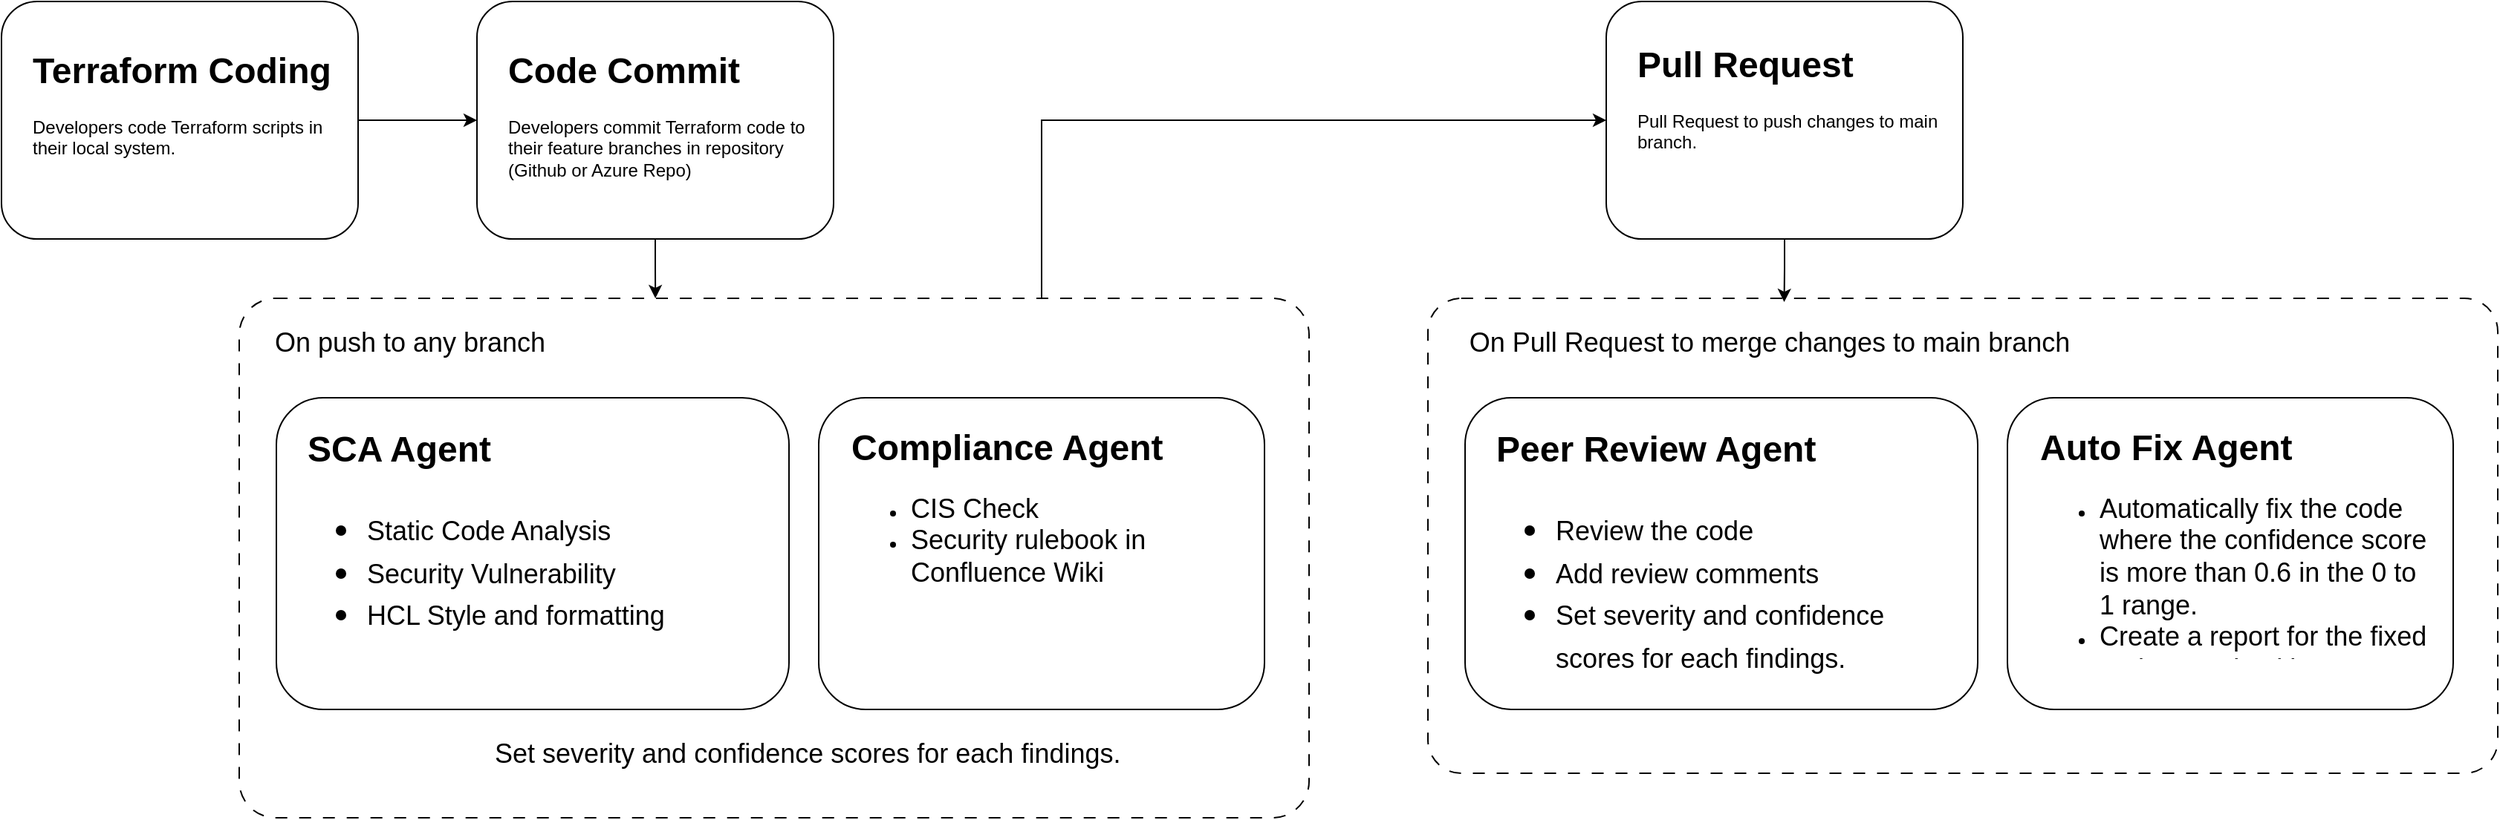
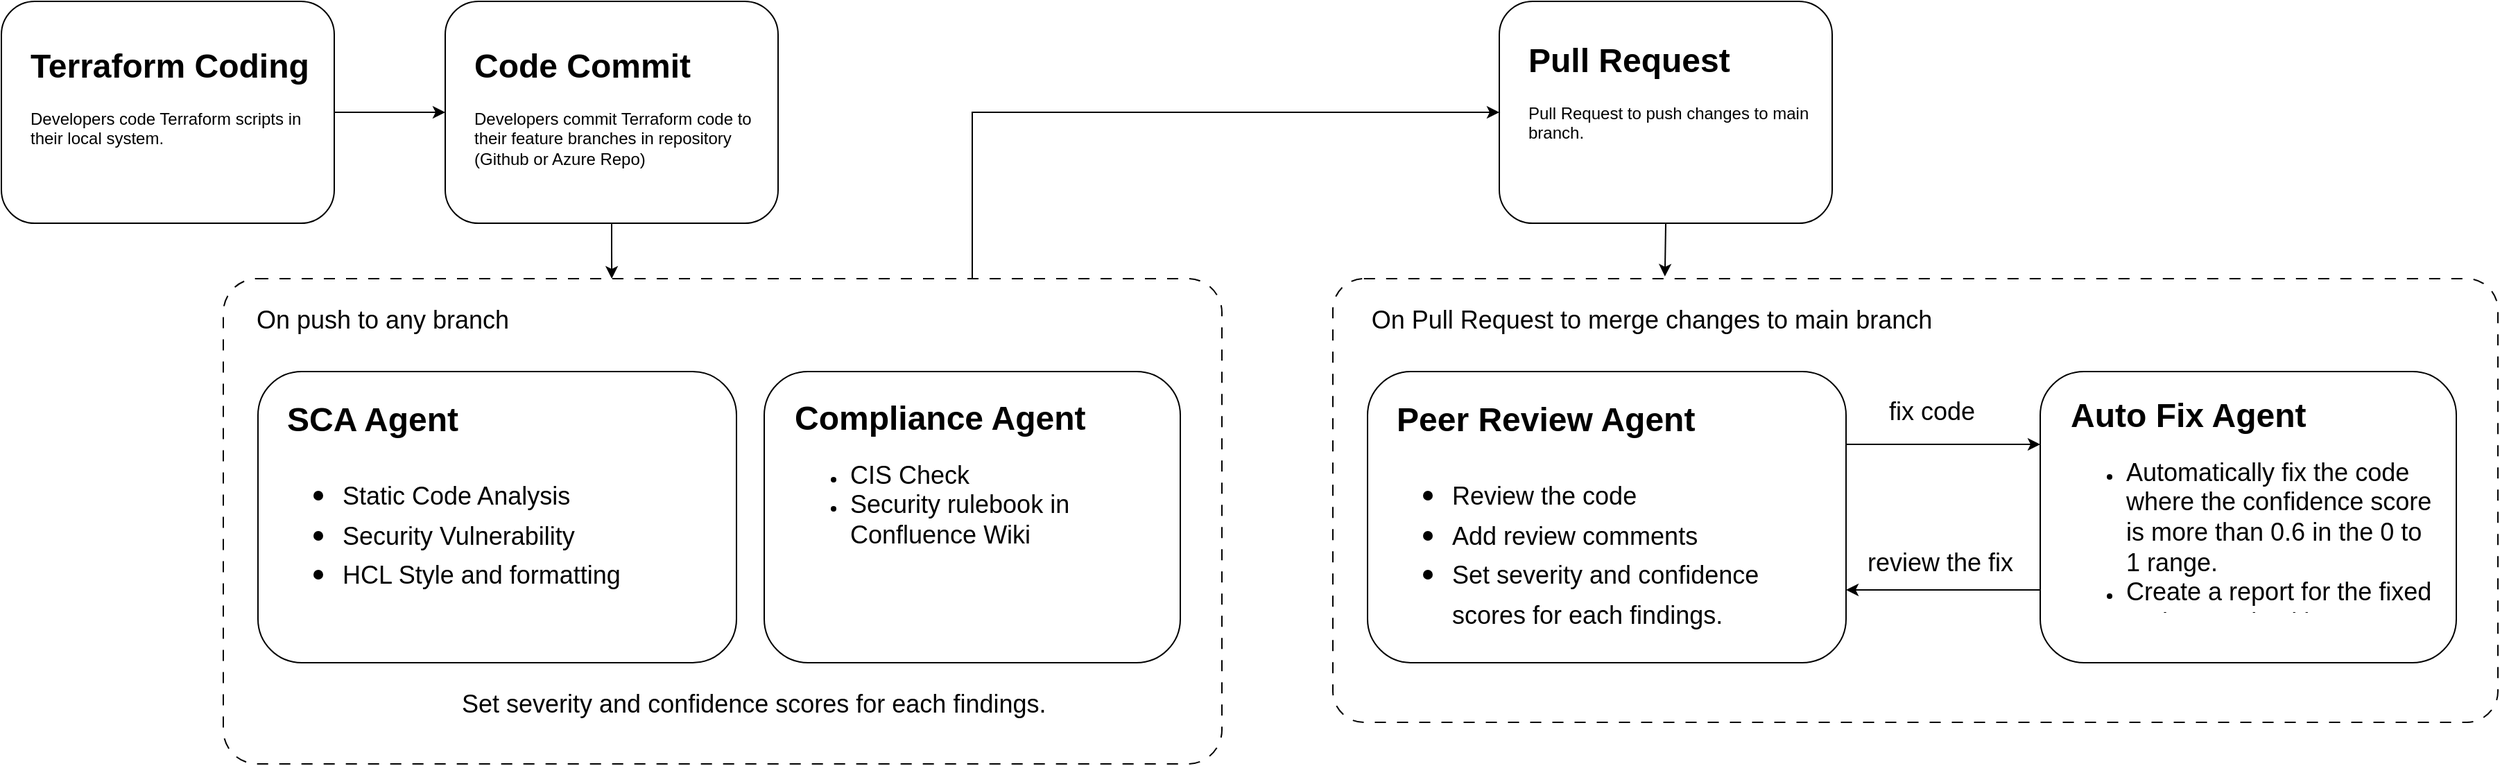
<mxfile host="app.diagrams.net">
  <diagram name="Page-1" id="llQ14HlxIDWXj9B5HY60">
    <mxGraphModel dx="1006" dy="638" grid="1" gridSize="10" guides="1" tooltips="1" connect="1" arrows="1" fold="1" page="1" pageScale="1" pageWidth="850" pageHeight="1100" math="0" shadow="0">
      <root>
        <mxCell id="0" />
        <mxCell id="1" parent="0" />
        <mxCell id="IWc9zJM8tDhvkjJ2dRjy-13" edge="1" parent="1" source="IWc9zJM8tDhvkjJ2dRjy-5" style="edgeStyle=orthogonalEdgeStyle;rounded=0;orthogonalLoop=1;jettySize=auto;html=1;entryX=0;entryY=0.5;entryDx=0;entryDy=0;exitX=0.75;exitY=0;exitDx=0;exitDy=0;" target="IWc9zJM8tDhvkjJ2dRjy-1">
          <mxGeometry relative="1" as="geometry" />
        </mxCell>
        <mxCell id="oJW8UGhNAXkty13G2p3x-1" parent="1" style="rounded=1;whiteSpace=wrap;html=1;" value="" vertex="1">
          <mxGeometry height="160" width="240" x="440" y="200" as="geometry" />
        </mxCell>
        <mxCell id="oJW8UGhNAXkty13G2p3x-3" parent="1" style="text;html=1;whiteSpace=wrap;overflow=hidden;rounded=0;" value="&lt;h1 style=&quot;margin-top: 0px;&quot;&gt;Code Commit&lt;/h1&gt;&lt;p&gt;Developers commit Terraform code to their feature branches in repository (Github or Azure Repo)&lt;/p&gt;" vertex="1">
          <mxGeometry height="100" width="210" x="459" y="226" as="geometry" />
        </mxCell>
        <mxCell id="IWc9zJM8tDhvkjJ2dRjy-1" parent="1" style="rounded=1;whiteSpace=wrap;html=1;" value="" vertex="1">
          <mxGeometry height="160" width="240" x="1200" y="200" as="geometry" />
        </mxCell>
        <mxCell id="IWc9zJM8tDhvkjJ2dRjy-2" parent="1" style="text;html=1;whiteSpace=wrap;overflow=hidden;rounded=0;" value="&lt;h1 style=&quot;margin-top: 0px;&quot;&gt;Pull Request&lt;/h1&gt;&lt;p&gt;Pull Request to push changes to main branch.&lt;/p&gt;" vertex="1">
          <mxGeometry height="100" width="210" x="1219" y="222" as="geometry" />
        </mxCell>
        <mxCell id="IWc9zJM8tDhvkjJ2dRjy-12" edge="1" parent="1" source="IWc9zJM8tDhvkjJ2dRjy-3" style="edgeStyle=orthogonalEdgeStyle;rounded=0;orthogonalLoop=1;jettySize=auto;html=1;exitX=1;exitY=0.5;exitDx=0;exitDy=0;entryX=0;entryY=0.5;entryDx=0;entryDy=0;" target="oJW8UGhNAXkty13G2p3x-1">
          <mxGeometry relative="1" as="geometry" />
        </mxCell>
        <mxCell id="IWc9zJM8tDhvkjJ2dRjy-3" parent="1" style="rounded=1;whiteSpace=wrap;html=1;" value="" vertex="1">
          <mxGeometry height="160" width="240" x="120" y="200" as="geometry" />
        </mxCell>
        <mxCell id="IWc9zJM8tDhvkjJ2dRjy-4" parent="1" style="text;html=1;whiteSpace=wrap;overflow=hidden;rounded=0;" value="&lt;h1 style=&quot;margin-top: 0px;&quot;&gt;Terraform Coding&lt;/h1&gt;&lt;p&gt;Developers code Terraform scripts in their local system.&lt;/p&gt;" vertex="1">
          <mxGeometry height="100" width="210" x="139" y="226" as="geometry" />
        </mxCell>
        <mxCell id="IWc9zJM8tDhvkjJ2dRjy-5" parent="1" style="rounded=1;whiteSpace=wrap;html=1;arcSize=7;dashed=1;dashPattern=8 8;" value="" vertex="1">
          <mxGeometry height="350" width="720" x="280" y="400" as="geometry" />
        </mxCell>
        <mxCell id="IWc9zJM8tDhvkjJ2dRjy-6" parent="1" style="text;html=1;whiteSpace=wrap;strokeColor=none;fillColor=none;align=center;verticalAlign=middle;rounded=0;" value="&lt;font style=&quot;font-size: 18px;&quot;&gt;On push to any branch&lt;/font&gt;" vertex="1">
          <mxGeometry height="30" width="210" x="290" y="415" as="geometry" />
        </mxCell>
        <mxCell id="IWc9zJM8tDhvkjJ2dRjy-7" parent="1" style="rounded=1;whiteSpace=wrap;html=1;" value="" vertex="1">
          <mxGeometry height="210" width="345" x="305" y="467" as="geometry" />
        </mxCell>
        <mxCell id="IWc9zJM8tDhvkjJ2dRjy-8" parent="1" style="text;html=1;whiteSpace=wrap;overflow=hidden;rounded=0;" value="&lt;h1 style=&quot;margin-top: 0px;&quot;&gt;SCA Agent&lt;/h1&gt;&lt;h1 style=&quot;margin-top: 0px;&quot;&gt;&lt;p style=&quot;font-size: 12px; font-weight: 400;&quot;&gt;&lt;/p&gt;&lt;ul&gt;&lt;li&gt;&lt;span style=&quot;font-size: 18px; font-weight: normal;&quot;&gt;Static Code Analysis&lt;/span&gt;&lt;/li&gt;&lt;li&gt;&lt;span style=&quot;font-size: 18px; font-weight: normal;&quot;&gt;Security Vulnerability&lt;/span&gt;&lt;/li&gt;&lt;li&gt;&lt;span style=&quot;font-size: 18px; font-weight: normal;&quot;&gt;HCL Style and formatting&lt;/span&gt;&lt;/li&gt;&lt;/ul&gt;&lt;p&gt;&lt;/p&gt;&lt;/h1&gt;" vertex="1">
          <mxGeometry height="183" width="306" x="324" y="481" as="geometry" />
        </mxCell>
        <mxCell id="IWc9zJM8tDhvkjJ2dRjy-9" parent="1" style="rounded=1;whiteSpace=wrap;html=1;" value="" vertex="1">
          <mxGeometry height="210" width="300" x="670" y="467" as="geometry" />
        </mxCell>
        <mxCell id="IWc9zJM8tDhvkjJ2dRjy-10" parent="1" style="text;html=1;whiteSpace=wrap;overflow=hidden;rounded=0;" value="&lt;h1 style=&quot;margin-top: 0px;&quot;&gt;Compliance Agent&lt;/h1&gt;&lt;p&gt;&lt;/p&gt;&lt;ul&gt;&lt;li&gt;&lt;span style=&quot;font-size: 18px;&quot;&gt;CIS Check&lt;/span&gt;&lt;/li&gt;&lt;li&gt;&lt;span style=&quot;font-size: 18px;&quot;&gt;Security rulebook in Confluence Wiki&lt;/span&gt;&lt;/li&gt;&lt;/ul&gt;&lt;p&gt;&lt;/p&gt;" vertex="1">
          <mxGeometry height="180" width="269" x="690" y="480" as="geometry" />
        </mxCell>
        <mxCell id="IWc9zJM8tDhvkjJ2dRjy-11" edge="1" parent="1" source="oJW8UGhNAXkty13G2p3x-1" style="edgeStyle=orthogonalEdgeStyle;rounded=0;orthogonalLoop=1;jettySize=auto;html=1;exitX=0.5;exitY=1;exitDx=0;exitDy=0;entryX=0.389;entryY=0;entryDx=0;entryDy=0;entryPerimeter=0;" target="IWc9zJM8tDhvkjJ2dRjy-5">
          <mxGeometry relative="1" as="geometry" />
        </mxCell>
        <mxCell id="IWc9zJM8tDhvkjJ2dRjy-14" parent="1" style="rounded=1;whiteSpace=wrap;html=1;arcSize=7;dashed=1;dashPattern=8 8;" value="" vertex="1">
-           <mxGeometry height="320" width="720" x="1080" y="400" as="geometry" />
+           <mxGeometry height="320" width="840" x="1080" y="400" as="geometry" />
        </mxCell>
        <mxCell id="IWc9zJM8tDhvkjJ2dRjy-15" parent="1" style="text;html=1;whiteSpace=wrap;strokeColor=none;fillColor=none;align=center;verticalAlign=middle;rounded=0;" value="&lt;font style=&quot;font-size: 18px;&quot;&gt;On Pull Request to merge changes to main branch&lt;/font&gt;" vertex="1">
          <mxGeometry height="30" width="440" x="1090" y="415" as="geometry" />
+         </mxCell>
+         <mxCell id="IWc9zJM8tDhvkjJ2dRjy-22" edge="1" parent="1" source="IWc9zJM8tDhvkjJ2dRjy-16" style="edgeStyle=orthogonalEdgeStyle;rounded=0;orthogonalLoop=1;jettySize=auto;html=1;exitX=1;exitY=0.25;exitDx=0;exitDy=0;entryX=0;entryY=0.25;entryDx=0;entryDy=0;" target="IWc9zJM8tDhvkjJ2dRjy-18">
+           <mxGeometry relative="1" as="geometry" />
        </mxCell>
        <mxCell id="IWc9zJM8tDhvkjJ2dRjy-16" parent="1" style="rounded=1;whiteSpace=wrap;html=1;" value="" vertex="1">
          <mxGeometry height="210" width="345" x="1105" y="467" as="geometry" />
        </mxCell>
        <mxCell id="IWc9zJM8tDhvkjJ2dRjy-17" parent="1" style="text;html=1;whiteSpace=wrap;overflow=hidden;rounded=0;" value="&lt;h1 style=&quot;margin-top: 0px;&quot;&gt;Peer Review Agent&lt;/h1&gt;&lt;h1 style=&quot;margin-top: 0px;&quot;&gt;&lt;p style=&quot;font-size: 12px; font-weight: 400;&quot;&gt;&lt;/p&gt;&lt;ul&gt;&lt;li&gt;&lt;span style=&quot;font-size: 18px; font-weight: 400;&quot;&gt;Review the code&lt;/span&gt;&lt;/li&gt;&lt;li&gt;&lt;span style=&quot;font-size: 18px; font-weight: 400;&quot;&gt;Add review comments&lt;/span&gt;&lt;/li&gt;&lt;li&gt;&lt;span style=&quot;font-size: 18px; font-weight: 400;&quot;&gt;Set severity and confidence scores for each findings.&lt;/span&gt;&lt;/li&gt;&lt;/ul&gt;&lt;p&gt;&lt;/p&gt;&lt;/h1&gt;" vertex="1">
          <mxGeometry height="179" width="306" x="1124" y="481" as="geometry" />
        </mxCell>
+         <mxCell id="IWc9zJM8tDhvkjJ2dRjy-23" edge="1" parent="1" source="IWc9zJM8tDhvkjJ2dRjy-18" style="edgeStyle=orthogonalEdgeStyle;rounded=0;orthogonalLoop=1;jettySize=auto;html=1;exitX=0;exitY=0.75;exitDx=0;exitDy=0;entryX=1;entryY=0.75;entryDx=0;entryDy=0;" target="IWc9zJM8tDhvkjJ2dRjy-16">
+           <mxGeometry relative="1" as="geometry" />
+         </mxCell>
        <mxCell id="IWc9zJM8tDhvkjJ2dRjy-18" parent="1" style="rounded=1;whiteSpace=wrap;html=1;" value="" vertex="1">
-           <mxGeometry height="210" width="300" x="1470" y="467" as="geometry" />
+           <mxGeometry height="210" width="300" x="1590" y="467" as="geometry" />
        </mxCell>
        <mxCell id="IWc9zJM8tDhvkjJ2dRjy-19" parent="1" style="text;html=1;whiteSpace=wrap;overflow=hidden;rounded=0;" value="&lt;h1 style=&quot;margin-top: 0px;&quot;&gt;Auto Fix Agent&lt;/h1&gt;&lt;p&gt;&lt;/p&gt;&lt;ul&gt;&lt;li&gt;&lt;span style=&quot;font-size: 18px;&quot;&gt;Automatically fix the code where the confidence score is more than 0.6 in the 0 to 1 range.&lt;/span&gt;&lt;/li&gt;&lt;li&gt;&lt;span style=&quot;font-size: 18px;&quot;&gt;Create a report for the fixed and unresolved items.&lt;/span&gt;&lt;/li&gt;&lt;/ul&gt;&lt;p&gt;&lt;/p&gt;" vertex="1">
-           <mxGeometry height="160" width="269" x="1490" y="480" as="geometry" />
+           <mxGeometry height="160" width="269" x="1610" y="478" as="geometry" />
        </mxCell>
        <mxCell id="IWc9zJM8tDhvkjJ2dRjy-20" parent="1" style="text;whiteSpace=wrap;fontSize=18;" value="Set severity and confidence scores for each findings." vertex="1">
          <mxGeometry height="40" width="440" x="450" y="690" as="geometry" />
        </mxCell>
-         <mxCell id="IWc9zJM8tDhvkjJ2dRjy-21" edge="1" parent="1" source="IWc9zJM8tDhvkjJ2dRjy-1" style="edgeStyle=orthogonalEdgeStyle;rounded=0;orthogonalLoop=1;jettySize=auto;html=1;exitX=0.5;exitY=1;exitDx=0;exitDy=0;entryX=0.333;entryY=0.008;entryDx=0;entryDy=0;entryPerimeter=0;" target="IWc9zJM8tDhvkjJ2dRjy-14">
+         <mxCell id="IWc9zJM8tDhvkjJ2dRjy-21" edge="1" parent="1" source="IWc9zJM8tDhvkjJ2dRjy-1" style="edgeStyle=orthogonalEdgeStyle;rounded=0;orthogonalLoop=1;jettySize=auto;html=1;exitX=0.5;exitY=1;exitDx=0;exitDy=0;entryX=0.285;entryY=-0.005;entryDx=0;entryDy=0;entryPerimeter=0;" target="IWc9zJM8tDhvkjJ2dRjy-14">
          <mxGeometry relative="1" as="geometry" />
+         </mxCell>
+         <mxCell id="IWc9zJM8tDhvkjJ2dRjy-24" parent="1" style="text;html=1;whiteSpace=wrap;strokeColor=none;fillColor=none;align=center;verticalAlign=middle;rounded=0;" value="&lt;font style=&quot;font-size: 18px;&quot;&gt;fix code&lt;/font&gt;" vertex="1">
+           <mxGeometry height="30" width="120" x="1452" y="481" as="geometry" />
+         </mxCell>
+         <mxCell id="IWc9zJM8tDhvkjJ2dRjy-25" parent="1" style="text;html=1;whiteSpace=wrap;strokeColor=none;fillColor=none;align=center;verticalAlign=middle;rounded=0;" value="&lt;font style=&quot;font-size: 18px;&quot;&gt;review the fix&lt;/font&gt;" vertex="1">
+           <mxGeometry height="30" width="120" x="1458" y="590" as="geometry" />
        </mxCell>
      </root>
    </mxGraphModel>
  </diagram>
</mxfile>
